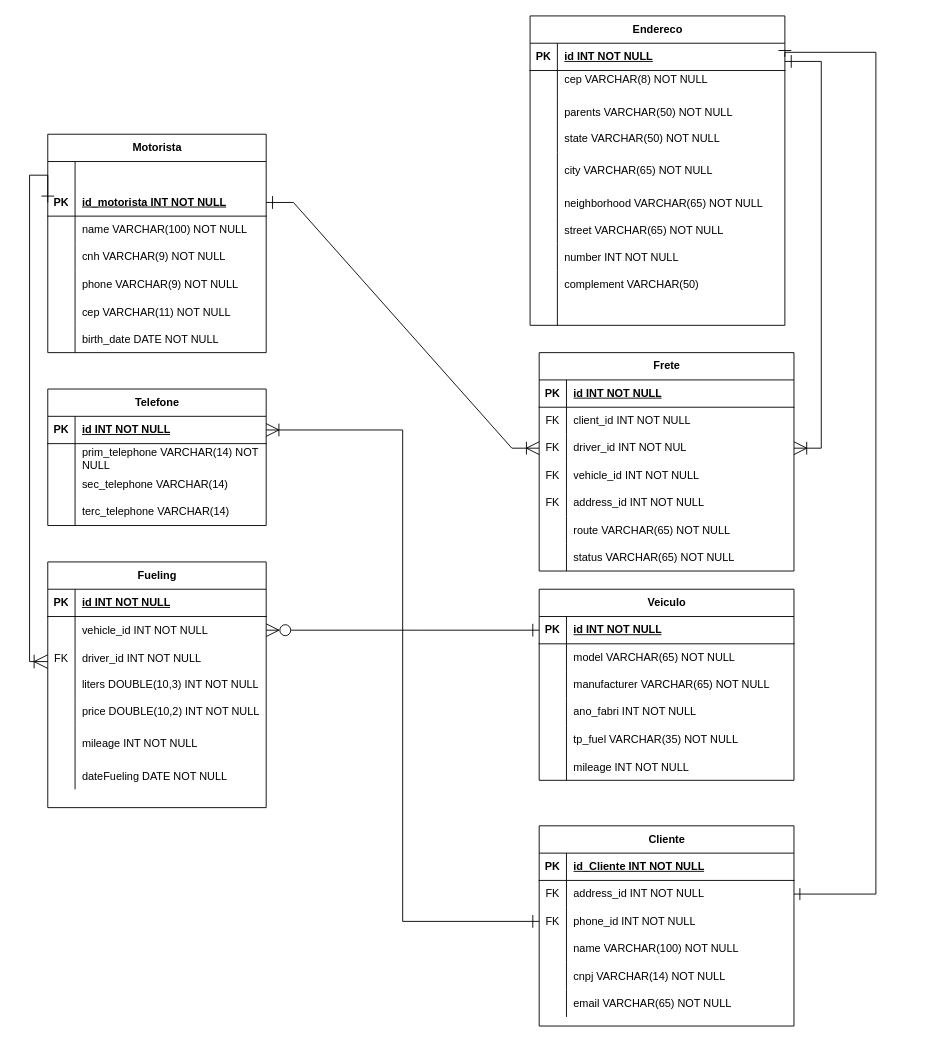
This is FleetPlus/Database/der.drawio from MariaEduarda94/Projeto-Extens-o, a draw.io file, before an edit. Source tidied: cells renumbered, new cells numbered last; positions are measured from the earlier drawing's top-left corner, leaving out a move shared by most shapes. Both pictures are drawn from the tidied source at 91%, with x=0, y=0 at pixel (29, 15).
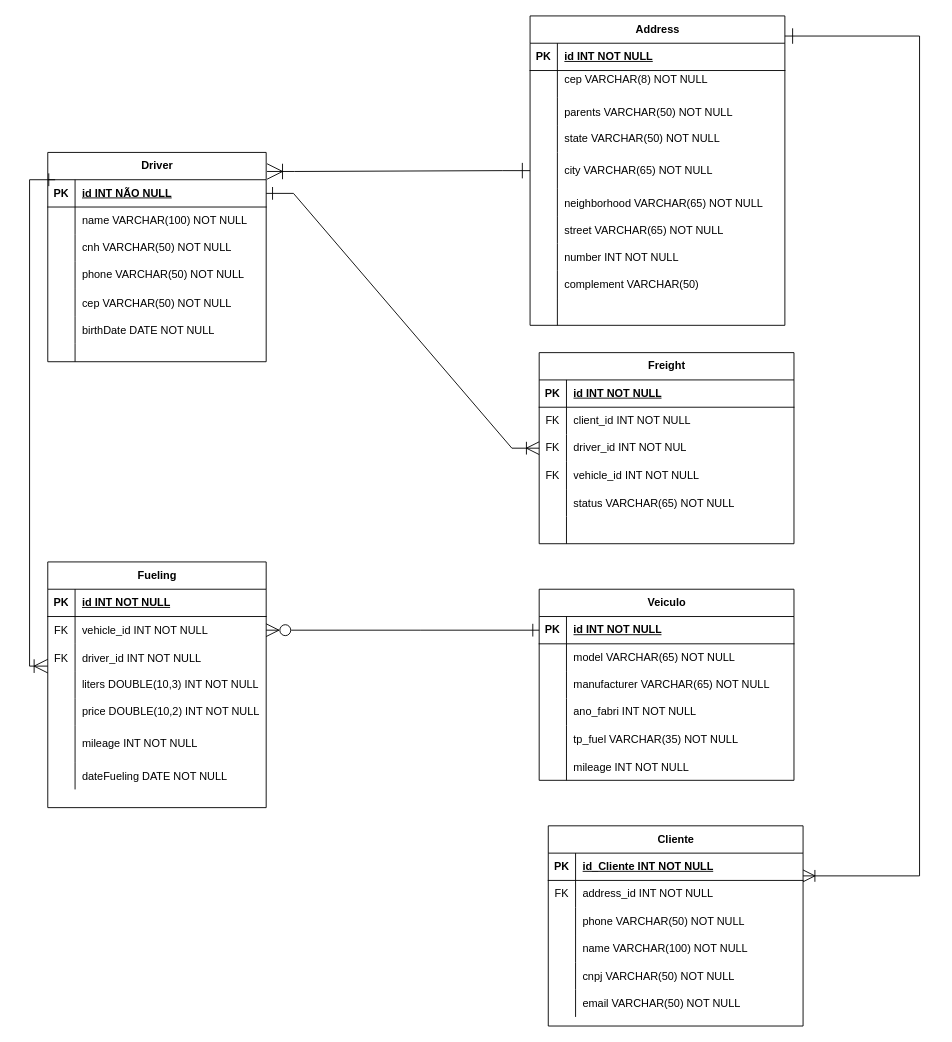
Above is the later version.

Commit message:
ALTER DER

The change refers to these unchanged cells:
```xml
<mxCell id="29" style="shape=tableRow;horizontal=0;startSize=0;swimlaneHead=0;swimlaneBody=0;fillColor=none;points=[[0,0.5],[1,0.5]];portConstraint=eastwest;top=0;left=0;right=0;bottom=0;" parent="25" vertex="1">
  <mxGeometry y="60" width="280" height="30" as="geometry" />
</mxCell>
<mxCell id="32" style="shape=tableRow;horizontal=0;startSize=0;swimlaneHead=0;swimlaneBody=0;fillColor=none;points=[[0,0.5],[1,0.5]];portConstraint=eastwest;top=0;left=0;right=0;bottom=0;" parent="25" vertex="1">
  <mxGeometry y="90" width="280" height="30" as="geometry" />
</mxCell>
<mxCell id="38" style="shape=tableRow;horizontal=0;startSize=0;swimlaneHead=0;swimlaneBody=0;fillColor=none;top=0;left=0;right=0;bottom=0;" parent="25" vertex="1">
  <mxGeometry y="150" width="280" height="30" as="geometry" />
</mxCell>
<mxCell id="41" style="shape=tableRow;horizontal=0;startSize=0;swimlaneHead=0;swimlaneBody=0;fillColor=none;top=0;left=0;right=0;bottom=0;" parent="25" vertex="1">
  <mxGeometry y="180" width="280" height="30" as="geometry" />
</mxCell>
<mxCell id="45" style="shape=tableRow;horizontal=0;startSize=0;swimlaneHead=0;swimlaneBody=0;fillColor=none;points=[[0,0.5],[1,0.5]];portConstraint=eastwest;top=0;left=0;right=0;bottom=1;" parent="44" vertex="1">
  <mxGeometry y="30" width="280" height="30" as="geometry" />
</mxCell>
<mxCell id="57" style="shape=tableRow;horizontal=0;startSize=0;swimlaneHead=0;swimlaneBody=0;fillColor=none;points=[[0,0.5],[1,0.5]];portConstraint=eastwest;top=0;left=0;right=0;bottom=0;" parent="44" vertex="1">
  <mxGeometry y="150" width="280" height="40" as="geometry" />
</mxCell>
<mxCell id="111" style="shape=tableRow;horizontal=0;startSize=0;swimlaneHead=0;swimlaneBody=0;fillColor=none;points=[[0,0.5],[1,0.5]];portConstraint=eastwest;top=0;left=0;right=0;bottom=0;" parent="107" vertex="1">
  <mxGeometry y="60" width="240" height="30" as="geometry" />
</mxCell>
<mxCell id="114" style="shape=tableRow;horizontal=0;startSize=0;swimlaneHead=0;swimlaneBody=0;fillColor=none;points=[[0,0.5],[1,0.5]];portConstraint=eastwest;top=0;left=0;right=0;bottom=0;swimlaneLine=1;" parent="107" vertex="1">
  <mxGeometry y="90" width="240" height="30" as="geometry" />
</mxCell>
<mxCell id="138" style="shape=tableRow;horizontal=0;startSize=0;swimlaneHead=0;swimlaneBody=0;fillColor=none;points=[[0,0.5],[1,0.5]];portConstraint=eastwest;top=0;left=0;right=0;bottom=0;" parent="131" vertex="1">
  <mxGeometry y="90" width="280" height="30" as="geometry" />
</mxCell>
<mxCell id="147" style="shape=tableRow;horizontal=0;startSize=0;swimlaneHead=0;swimlaneBody=0;fillColor=none;top=0;left=0;right=0;bottom=0;" parent="131" vertex="1">
  <mxGeometry y="180" width="280" height="30" as="geometry" />
</mxCell>
```

Change to the diagram source:
```diff
@@
-    <mxCell id="2" value="Motorista" style="shape=table;startSize=30;childLayout=tableLayout;rowLines=0;fontStyle=1;align=center;html=1;" parent="1" vertex="1">
-      <mxGeometry x="20" y="130" width="240" height="240" as="geometry" />
+    <mxCell id="2" value="Driver" style="shape=table;startSize=30;childLayout=tableLayout;rowLines=0;fontStyle=1;align=center;html=1;" parent="1" vertex="1">
+      <mxGeometry x="20" y="150" width="240" height="230" as="geometry" />
     </mxCell>
-    <mxCell id="3" style="shape=tableRow;horizontal=0;startSize=0;swimlaneHead=0;swimlaneBody=0;fillColor=none;top=0;left=0;right=0;bottom=0;" parent="2" vertex="1">
-      <mxGeometry y="30" width="240" height="30" as="geometry" />
-    </mxCell>
-    <mxCell id="4" style="shape=partialRectangle;fillColor=none;top=0;left=0;bottom=0;right=0;overflow=hidden;whiteSpace=wrap;html=1;" parent="3" vertex="1">
-      <mxGeometry width="30" height="30" as="geometry" />
-    </mxCell>
-    <mxCell id="5" style="shape=partialRectangle;fillColor=none;top=0;left=0;bottom=0;right=0;align=left;spacingLeft=6;overflow=hidden;whiteSpace=wrap;html=1;" parent="3" vertex="1">
-      <mxGeometry x="30" width="210" height="30" as="geometry" />
-    </mxCell>
     <mxCell id="6" style="shape=tableRow;horizontal=0;startSize=0;swimlaneHead=0;swimlaneBody=0;fillColor=none;points=[[0,0.5],[1,0.5]];portConstraint=eastwest;top=0;left=0;right=0;bottom=1;" parent="2" vertex="1">
-      <mxGeometry y="60" width="240" height="30" as="geometry" />
+      <mxGeometry y="30" width="240" height="30" as="geometry" />
     </mxCell>
@@
-    <mxCell id="8" value="id_motorista INT NOT NULL" style="shape=partialRectangle;fillColor=none;top=0;left=0;bottom=0;right=0;align=left;spacingLeft=6;fontStyle=5;overflow=hidden;whiteSpace=wrap;html=1;" parent="6" vertex="1">
+    <mxCell id="8" value="id INT NÃO NULL" style="shape=partialRectangle;fillColor=none;top=0;left=0;bottom=0;right=0;align=left;spacingLeft=6;fontStyle=5;overflow=hidden;whiteSpace=wrap;html=1;" parent="6" vertex="1">
       <mxGeometry x="30" width="210" height="30" as="geometry" />
     </mxCell>
     <mxCell id="9" style="shape=tableRow;horizontal=0;startSize=0;swimlaneHead=0;swimlaneBody=0;fillColor=none;top=0;left=0;right=0;bottom=0;" parent="2" vertex="1">
-      <mxGeometry y="90" width="240" height="30" as="geometry" />
+      <mxGeometry y="60" width="240" height="30" as="geometry" />
     </mxCell>
@@
     <mxCell id="12" style="shape=tableRow;horizontal=0;startSize=0;swimlaneHead=0;swimlaneBody=0;fillColor=none;top=0;left=0;right=0;bottom=0;" parent="2" vertex="1">
-      <mxGeometry y="120" width="240" height="30" as="geometry" />
+      <mxGeometry y="90" width="240" height="30" as="geometry" />
     </mxCell>
@@
-    <mxCell id="14" value="cnh VARCHAR(9) NOT NULL" style="shape=partialRectangle;fillColor=none;top=0;left=0;bottom=0;right=0;align=left;spacingLeft=6;overflow=hidden;whiteSpace=wrap;html=1;" parent="12" vertex="1">
+    <mxCell id="14" value="cnh VARCHAR(50) NOT NULL" style="shape=partialRectangle;fillColor=none;top=0;left=0;bottom=0;right=0;align=left;spacingLeft=6;overflow=hidden;whiteSpace=wrap;html=1;" parent="12" vertex="1">
       <mxGeometry x="30" width="210" height="30" as="geometry" />
     </mxCell>
     <mxCell id="15" style="shape=tableRow;horizontal=0;startSize=0;swimlaneHead=0;swimlaneBody=0;fillColor=none;points=[[0,0.5],[1,0.5]];portConstraint=eastwest;top=0;left=0;right=0;bottom=0;" parent="2" vertex="1">
-      <mxGeometry y="150" width="240" height="30" as="geometry" />
+      <mxGeometry y="120" width="240" height="30" as="geometry" />
     </mxCell>
@@
-    <mxCell id="17" value="phone VARCHAR(9) NOT NULL" style="shape=partialRectangle;fillColor=none;top=0;left=0;bottom=0;right=0;align=left;spacingLeft=6;overflow=hidden;whiteSpace=wrap;html=1;" parent="15" vertex="1">
+    <mxCell id="17" value="phone VARCHAR(50) NOT NULL" style="shape=partialRectangle;fillColor=none;top=0;left=0;bottom=0;right=0;align=left;spacingLeft=6;overflow=hidden;whiteSpace=wrap;html=1;" parent="15" vertex="1">
       <mxGeometry x="30" width="210" height="30" as="geometry" />
     </mxCell>
     <mxCell id="18" style="shape=tableRow;horizontal=0;startSize=0;swimlaneHead=0;swimlaneBody=0;fillColor=none;top=0;left=0;right=0;bottom=0;" parent="2" vertex="1">
-      <mxGeometry y="180" width="240" height="30" as="geometry" />
+      <mxGeometry y="150" width="240" height="30" as="geometry" />
     </mxCell>
@@
-    <mxCell id="20" value="cep VARCHAR(11) NOT NULL " style="shape=partialRectangle;fillColor=none;top=0;left=0;bottom=0;right=0;align=left;spacingLeft=6;overflow=hidden;" parent="18" vertex="1">
+    <mxCell id="20" value="cep VARCHAR(50) NOT NULL " style="shape=partialRectangle;fillColor=none;top=0;left=0;bottom=0;right=0;align=left;spacingLeft=6;overflow=hidden;" parent="18" vertex="1">
       <mxGeometry x="30" width="210" height="30" as="geometry" />
     </mxCell>
     <mxCell id="21" style="shape=tableRow;horizontal=0;startSize=0;swimlaneHead=0;swimlaneBody=0;fillColor=none;top=0;left=0;right=0;bottom=0;" parent="2" vertex="1">
-      <mxGeometry y="210" width="240" height="30" as="geometry" />
+      <mxGeometry y="180" width="240" height="30" as="geometry" />
     </mxCell>
@@
-    <mxCell id="23" value="birth_date DATE NOT NULL" style="shape=partialRectangle;fillColor=none;top=0;left=0;bottom=0;right=0;align=left;spacingLeft=6;overflow=hidden;" parent="21" vertex="1">
+    <mxCell id="23" value="birthDate DATE NOT NULL" style="shape=partialRectangle;fillColor=none;top=0;left=0;bottom=0;right=0;align=left;spacingLeft=6;overflow=hidden;" parent="21" vertex="1">
       <mxGeometry x="30" width="210" height="30" as="geometry" />
     </mxCell>
+    <mxCell id="3" style="shape=tableRow;horizontal=0;startSize=0;swimlaneHead=0;swimlaneBody=0;fillColor=none;top=0;left=0;right=0;bottom=0;" parent="2" vertex="1">
+      <mxGeometry y="210" width="240" height="20" as="geometry" />
+    </mxCell>
+    <mxCell id="4" style="shape=partialRectangle;fillColor=none;top=0;left=0;bottom=0;right=0;overflow=hidden;whiteSpace=wrap;html=1;" parent="3" vertex="1">
+      <mxGeometry width="30" height="20" as="geometry" />
+    </mxCell>
+    <mxCell id="5" style="shape=partialRectangle;fillColor=none;top=0;left=0;bottom=0;right=0;align=left;spacingLeft=6;overflow=hidden;whiteSpace=wrap;html=1;" parent="3" vertex="1">
+      <mxGeometry x="30" width="210" height="20" as="geometry" />
+    </mxCell>
@@
     <mxCell id="25" value="Cliente" style="shape=table;startSize=30;childLayout=tableLayout;rowLines=0;fontStyle=1;align=center;html=1;" parent="1" vertex="1">
-      <mxGeometry x="560" y="890" width="280" height="220" as="geometry" />
+      <mxGeometry x="570" y="890" width="280" height="220" as="geometry" />
     </mxCell>
@@
-    <mxCell id="33" value="FK" style="shape=partialRectangle;fillColor=none;top=0;left=0;bottom=0;right=0;fontStyle=0;overflow=hidden;whiteSpace=wrap;html=1;" parent="32" vertex="1">
+    <mxCell id="33" style="shape=partialRectangle;fillColor=none;top=0;left=0;bottom=0;right=0;fontStyle=0;overflow=hidden;whiteSpace=wrap;html=1;" parent="32" vertex="1">
       <mxGeometry width="30" height="30" as="geometry" />
     </mxCell>
-    <mxCell id="34" value="phone_id INT NOT NULL" style="shape=partialRectangle;fillColor=none;top=0;left=0;bottom=0;right=0;align=left;spacingLeft=6;fontStyle=0;overflow=hidden;whiteSpace=wrap;html=1;" parent="32" vertex="1">
+    <mxCell id="34" value="phone VARCHAR(50) NOT NULL" style="shape=partialRectangle;fillColor=none;top=0;left=0;bottom=0;right=0;align=left;spacingLeft=6;fontStyle=0;overflow=hidden;whiteSpace=wrap;html=1;" parent="32" vertex="1">
       <mxGeometry x="30" width="250" height="30" as="geometry" />
     </mxCell>
@@
-    <mxCell id="40" value="cnpj VARCHAR(14) NOT NULL " style="shape=partialRectangle;fillColor=none;top=0;left=0;bottom=0;right=0;align=left;spacingLeft=6;overflow=hidden;" parent="38" vertex="1">
+    <mxCell id="40" value="cnpj VARCHAR(50) NOT NULL " style="shape=partialRectangle;fillColor=none;top=0;left=0;bottom=0;right=0;align=left;spacingLeft=6;overflow=hidden;" parent="38" vertex="1">
       <mxGeometry x="30" width="250" height="30" as="geometry" />
     </mxCell>
@@
-    <mxCell id="43" value="email VARCHAR(65) NOT NULL" style="shape=partialRectangle;fillColor=none;top=0;left=0;bottom=0;right=0;align=left;spacingLeft=6;overflow=hidden;" parent="41" vertex="1">
+    <mxCell id="43" value="email VARCHAR(50) NOT NULL" style="shape=partialRectangle;fillColor=none;top=0;left=0;bottom=0;right=0;align=left;spacingLeft=6;overflow=hidden;" parent="41" vertex="1">
       <mxGeometry x="30" width="250" height="30" as="geometry" />
     </mxCell>
-    <mxCell id="44" value="Endereco" style="shape=table;startSize=30;childLayout=tableLayout;rowLines=0;fontStyle=1;align=center;html=1;" parent="1" vertex="1">
+    <mxCell id="44" value="Address" style="shape=table;startSize=30;childLayout=tableLayout;rowLines=0;fontStyle=1;align=center;html=1;" parent="1" vertex="1">
       <mxGeometry x="550" width="280" height="340" as="geometry" />
     </mxCell>
@@
-    <mxCell id="75" value="Telefone" style="shape=table;startSize=30;childLayout=tableLayout;rowLines=0;fontStyle=1;align=center;html=1;" parent="1" vertex="1">
-      <mxGeometry x="20" y="410" width="240" height="150" as="geometry" />
-    </mxCell>
-    <mxCell id="76" style="shape=tableRow;horizontal=0;startSize=0;swimlaneHead=0;swimlaneBody=0;fillColor=none;points=[[0,0.5],[1,0.5]];portConstraint=eastwest;top=0;left=0;right=0;bottom=1;" parent="75" vertex="1">
-      <mxGeometry y="30" width="240" height="30" as="geometry" />
-    </mxCell>
-    <mxCell id="77" value="PK" style="shape=partialRectangle;fillColor=none;top=0;left=0;bottom=0;right=0;fontStyle=1;overflow=hidden;whiteSpace=wrap;html=1;" parent="76" vertex="1">
-      <mxGeometry width="30" height="30" as="geometry" />
-    </mxCell>
-    <mxCell id="78" value="id INT NOT NULL" style="shape=partialRectangle;fillColor=none;top=0;left=0;bottom=0;right=0;align=left;spacingLeft=6;fontStyle=5;overflow=hidden;whiteSpace=wrap;html=1;" parent="76" vertex="1">
-      <mxGeometry x="30" width="210" height="30" as="geometry" />
-    </mxCell>
-    <mxCell id="79" style="shape=tableRow;horizontal=0;startSize=0;swimlaneHead=0;swimlaneBody=0;fillColor=none;top=0;left=0;right=0;bottom=0;" parent="75" vertex="1">
-      <mxGeometry y="60" width="240" height="30" as="geometry" />
-    </mxCell>
-    <mxCell id="80" style="shape=partialRectangle;fillColor=none;top=0;left=0;bottom=0;right=0;overflow=hidden;whiteSpace=wrap;html=1;" parent="79" vertex="1">
-      <mxGeometry width="30" height="30" as="geometry" />
-    </mxCell>
-    <mxCell id="81" value="prim_telephone VARCHAR(14) NOT NULL" style="shape=partialRectangle;fillColor=none;top=0;left=0;bottom=0;right=0;align=left;spacingLeft=6;overflow=hidden;whiteSpace=wrap;html=1;" parent="79" vertex="1">
-      <mxGeometry x="30" width="210" height="30" as="geometry" />
-    </mxCell>
-    <mxCell id="82" style="shape=tableRow;horizontal=0;startSize=0;swimlaneHead=0;swimlaneBody=0;fillColor=none;top=0;left=0;right=0;bottom=0;" parent="75" vertex="1">
-      <mxGeometry y="90" width="240" height="30" as="geometry" />
-    </mxCell>
-    <mxCell id="83" style="shape=partialRectangle;fillColor=none;top=0;left=0;bottom=0;right=0;overflow=hidden;whiteSpace=wrap;html=1;" parent="82" vertex="1">
-      <mxGeometry width="30" height="30" as="geometry" />
-    </mxCell>
-    <mxCell id="84" value="sec_telephone VARCHAR(14)" style="shape=partialRectangle;fillColor=none;top=0;left=0;bottom=0;right=0;align=left;spacingLeft=6;overflow=hidden;whiteSpace=wrap;html=1;" parent="82" vertex="1">
-      <mxGeometry x="30" width="210" height="30" as="geometry" />
-    </mxCell>
-    <mxCell id="85" style="shape=tableRow;horizontal=0;startSize=0;swimlaneHead=0;swimlaneBody=0;fillColor=none;top=0;left=0;right=0;bottom=0;" parent="75" vertex="1">
-      <mxGeometry y="120" width="240" height="30" as="geometry" />
-    </mxCell>
-    <mxCell id="86" style="shape=partialRectangle;fillColor=none;top=0;left=0;bottom=0;right=0;overflow=hidden;whiteSpace=wrap;html=1;" parent="85" vertex="1">
-      <mxGeometry width="30" height="30" as="geometry" />
-    </mxCell>
-    <mxCell id="87" value="terc_telephone VARCHAR(14)" style="shape=partialRectangle;fillColor=none;top=0;left=0;bottom=0;right=0;align=left;spacingLeft=6;overflow=hidden;whiteSpace=wrap;html=1;" parent="85" vertex="1">
-      <mxGeometry x="30" width="210" height="30" as="geometry" />
-    </mxCell>
@@
-    <mxCell id="112" style="shape=partialRectangle;fillColor=none;top=0;left=0;bottom=0;right=0;overflow=hidden;" parent="111" vertex="1">
+    <mxCell id="112" value="FK" style="shape=partialRectangle;fillColor=none;top=0;left=0;bottom=0;right=0;overflow=hidden;" parent="111" vertex="1">
       <mxGeometry width="30" height="30" as="geometry" />
     </mxCell>
@@
-    <mxCell id="130" style="edgeStyle=orthogonalEdgeStyle;rounded=0;jettySize=auto;html=1;exitX=0;exitY=0.651;exitDx=0;exitDy=0;entryX=0;entryY=0.5;entryDx=0;entryDy=0;startArrow=ERoneToMany;startFill=0;exitPerimeter=0;endArrow=ERone;endFill=0;endSize=12;startSize=13;" parent="1" edge="1" source="114" target="6">
+    <mxCell id="130" style="edgeStyle=orthogonalEdgeStyle;rounded=0;orthogonalLoop=1;jettySize=auto;html=1;exitX=0;exitY=0.651;exitDx=0;exitDy=0;entryX=-0.008;entryY=0;entryDx=0;entryDy=0;startArrow=ERoneToMany;startFill=0;exitPerimeter=0;endArrow=ERone;endFill=0;endSize=12;startSize=13;entryPerimeter=0;" parent="1" edge="1">
       <mxGeometry relative="1" as="geometry">
+        <mxPoint x="20" y="714.5" as="sourcePoint" />
+        <mxPoint x="28.1" y="180" as="targetPoint" />
         <Array as="points">
-          <mxPoint y="710" />
-          <mxPoint y="175" />
+          <mxPoint y="714" />
+          <mxPoint y="180" />
         </Array>
       </mxGeometry>
     </mxCell>
-    <mxCell id="131" value="Frete" style="shape=table;startSize=30;childLayout=tableLayout;rowLines=0;fontStyle=1;align=center;html=1;" parent="1" vertex="1">
-      <mxGeometry x="560" y="370" width="280" height="240" as="geometry" />
+    <mxCell id="131" value="Freight" style="shape=table;startSize=30;childLayout=tableLayout;rowLines=0;fontStyle=1;align=center;html=1;" parent="1" vertex="1">
+      <mxGeometry x="560" y="370" width="280" height="210" as="geometry" />
     </mxCell>
@@
-    <mxCell id="144" style="shape=tableRow;horizontal=0;startSize=0;swimlaneHead=0;swimlaneBody=0;fillColor=none;top=0;left=0;right=0;bottom=0;" parent="131" vertex="1">
-      <mxGeometry y="150" width="280" height="30" as="geometry" />
-    </mxCell>
-    <mxCell id="145" value="FK" style="shape=partialRectangle;fillColor=none;top=0;left=0;bottom=0;right=0;fontStyle=0;overflow=hidden;whiteSpace=wrap;html=1;" parent="144" vertex="1">
-      <mxGeometry width="30" height="30" as="geometry" />
-    </mxCell>
-    <mxCell id="146" value="address_id INT NOT NULL" style="shape=partialRectangle;fillColor=none;top=0;left=0;bottom=0;right=0;align=left;spacingLeft=6;fontStyle=0;overflow=hidden;whiteSpace=wrap;html=1;" parent="144" vertex="1">
-      <mxGeometry x="30" width="250" height="30" as="geometry" />
-    </mxCell>
+    <mxCell id="150" style="shape=tableRow;horizontal=0;startSize=0;swimlaneHead=0;swimlaneBody=0;fillColor=none;top=0;left=0;right=0;bottom=0;" parent="131" vertex="1">
+      <mxGeometry y="150" width="280" height="30" as="geometry" />
+    </mxCell>
+    <mxCell id="151" style="shape=partialRectangle;fillColor=none;top=0;left=0;bottom=0;right=0;overflow=hidden;" parent="150" vertex="1">
+      <mxGeometry width="30" height="30" as="geometry" />
+    </mxCell>
+    <mxCell id="152" value="status VARCHAR(65) NOT NULL" style="shape=partialRectangle;fillColor=none;top=0;left=0;bottom=0;right=0;align=left;spacingLeft=6;overflow=hidden;" parent="150" vertex="1">
+      <mxGeometry x="30" width="250" height="30" as="geometry" />
+    </mxCell>
@@
-    <mxCell id="149" value="route VARCHAR(65) NOT NULL" style="shape=partialRectangle;fillColor=none;top=0;left=0;bottom=0;right=0;align=left;spacingLeft=6;overflow=hidden;" parent="147" vertex="1">
+    <mxCell id="149" style="shape=partialRectangle;fillColor=none;top=0;left=0;bottom=0;right=0;align=left;spacingLeft=6;overflow=hidden;" parent="147" vertex="1">
       <mxGeometry x="30" width="250" height="30" as="geometry" />
     </mxCell>
-    <mxCell id="150" style="shape=tableRow;horizontal=0;startSize=0;swimlaneHead=0;swimlaneBody=0;fillColor=none;top=0;left=0;right=0;bottom=0;" parent="131" vertex="1">
-      <mxGeometry y="210" width="280" height="30" as="geometry" />
-    </mxCell>
-    <mxCell id="151" style="shape=partialRectangle;fillColor=none;top=0;left=0;bottom=0;right=0;overflow=hidden;" parent="150" vertex="1">
-      <mxGeometry width="30" height="30" as="geometry" />
-    </mxCell>
-    <mxCell id="152" value="status VARCHAR(65) NOT NULL" style="shape=partialRectangle;fillColor=none;top=0;left=0;bottom=0;right=0;align=left;spacingLeft=6;overflow=hidden;" parent="150" vertex="1">
-      <mxGeometry x="30" width="250" height="30" as="geometry" />
-    </mxCell>
@@
-    <mxCell id="154" style="edgeStyle=orthogonalEdgeStyle;rounded=0;jettySize=auto;html=1;exitX=1;exitY=0.5;exitDx=0;exitDy=0;entryX=1;entryY=0.5;entryDx=0;entryDy=0;startArrow=ERone;startFill=0;endArrow=ERone;endFill=0;endSize=11;startSize=12;" parent="1" edge="1" source="45" target="29">
+    <mxCell id="154" style="edgeStyle=orthogonalEdgeStyle;rounded=0;orthogonalLoop=1;jettySize=auto;html=1;startArrow=ERone;startFill=0;endArrow=ERoneToMany;endFill=0;endSize=11;startSize=15;exitX=1.002;exitY=0.065;exitDx=0;exitDy=0;exitPerimeter=0;" parent="1" edge="1">
       <mxGeometry relative="1" as="geometry">
+        <mxPoint x="830" y="22.1" as="sourcePoint" />
+        <mxPoint x="850" y="945" as="targetPoint" />
         <Array as="points">
-          <mxPoint x="830" y="40" />
-          <mxPoint x="930" y="40" />
-          <mxPoint x="930" y="965" />
+          <mxPoint x="978" y="22" />
+          <mxPoint x="978" y="945" />
         </Array>
       </mxGeometry>
     </mxCell>
-    <mxCell id="155" style="edgeStyle=orthogonalEdgeStyle;rounded=0;jettySize=auto;html=1;exitX=0;exitY=0.5;exitDx=0;exitDy=0;startArrow=ERone;startFill=0;endArrow=ERoneToMany;endFill=0;endSize=12;startSize=12;" parent="1" edge="1" source="32" target="76">
-      <mxGeometry relative="1" as="geometry" />
-    </mxCell>
-    <mxCell id="156" style="edgeStyle=entityRelationEdgeStyle;fontSize=12;html=1;endArrow=ERoneToMany;rounded=0;exitX=1;exitY=0.5;exitDx=0;exitDy=0;strokeWidth=1;targetPerimeterSpacing=0;endSize=12;startArrow=ERone;startFill=0;startSize=12;" parent="1" edge="1" target="138">
-      <mxGeometry relative="1" as="geometry">
-        <mxPoint x="830" y="50" as="sourcePoint" />
-        <Array as="points">
-          <mxPoint x="880" y="485" />
-          <mxPoint x="860" y="480" />
-        </Array>
-      </mxGeometry>
-    </mxCell>
+    <mxCell id="157" style="edgeStyle=entityRelationEdgeStyle;fontSize=12;html=1;endArrow=ERone;rounded=0;endFill=0;entryX=0;entryY=0.5;entryDx=0;entryDy=0;exitX=1.004;exitY=0.091;exitDx=0;exitDy=0;exitPerimeter=0;endSize=15;startArrow=ERoneToMany;startFill=0;startSize=15;" parent="1" edge="1" source="2" target="57">
+      <mxGeometry relative="1" as="geometry">
+        <Array as="points">
+          <mxPoint x="310" y="140" />
+          <mxPoint x="330" y="160" />
+        </Array>
+      </mxGeometry>
+    </mxCell>
```
